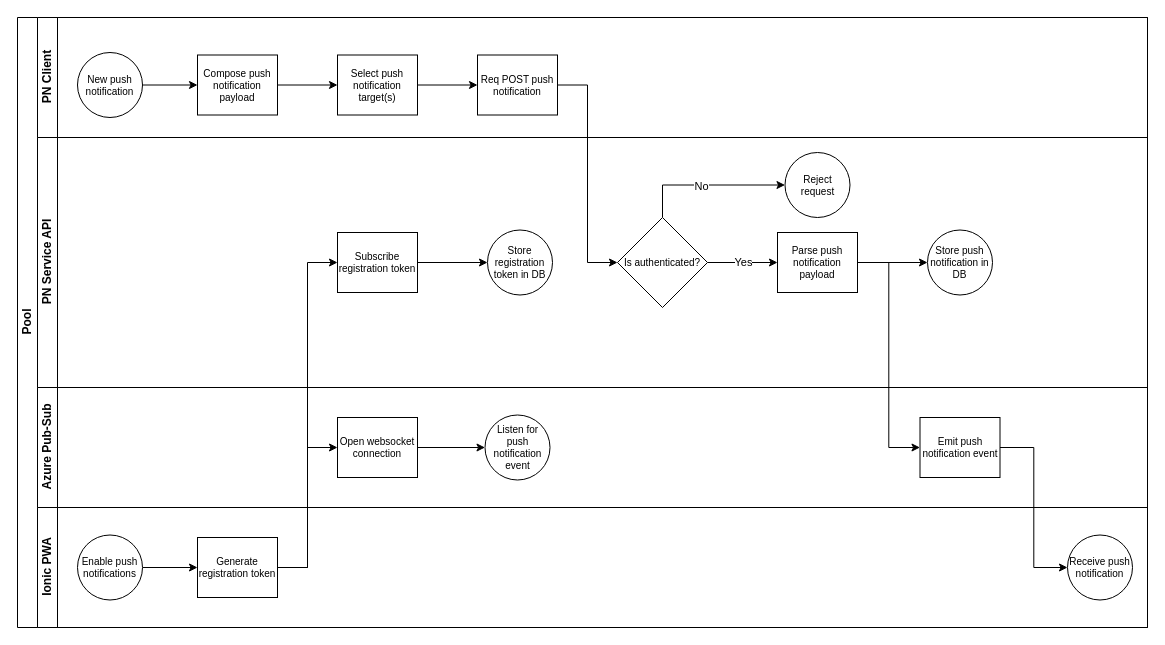
The draw.io diagram chh-push-notification-swimlane.drawio in anon-legion/chh-push-notification, before the edit. Source tidied: cells renumbered, new cells numbered last; positions are measured from the earlier drawing's top-left corner, leaving out a move shared by most shapes. Both pictures are drawn from the tidied source at 100%, with x=0, y=0 at pixel (17, 17).
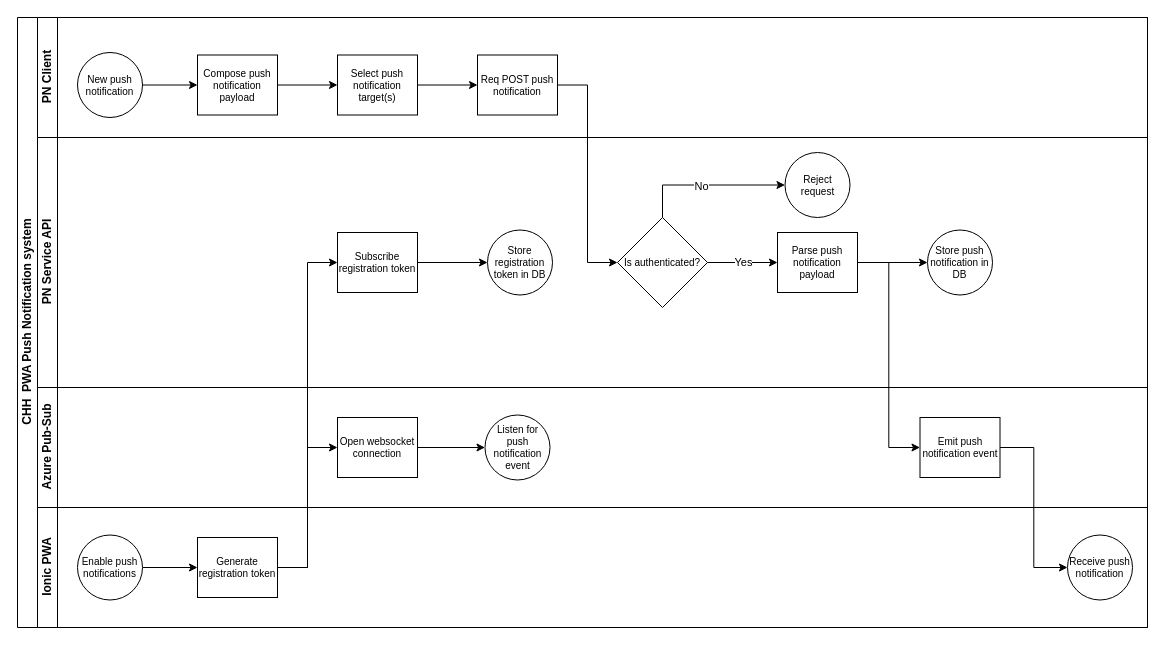
After the change.

Diff of the diagram source:
```diff
@@
-    <mxCell id="2" value="Pool" style="swimlane;html=1;horizontal=0;startSize=20;" parent="1" vertex="1">
+    <mxCell id="2" value="CHH&amp;nbsp; PWA Push Notification system" style="swimlane;html=1;horizontal=0;startSize=20;" parent="1" vertex="1">
       <mxGeometry width="1130" height="610" as="geometry" />
     </mxCell>
```
